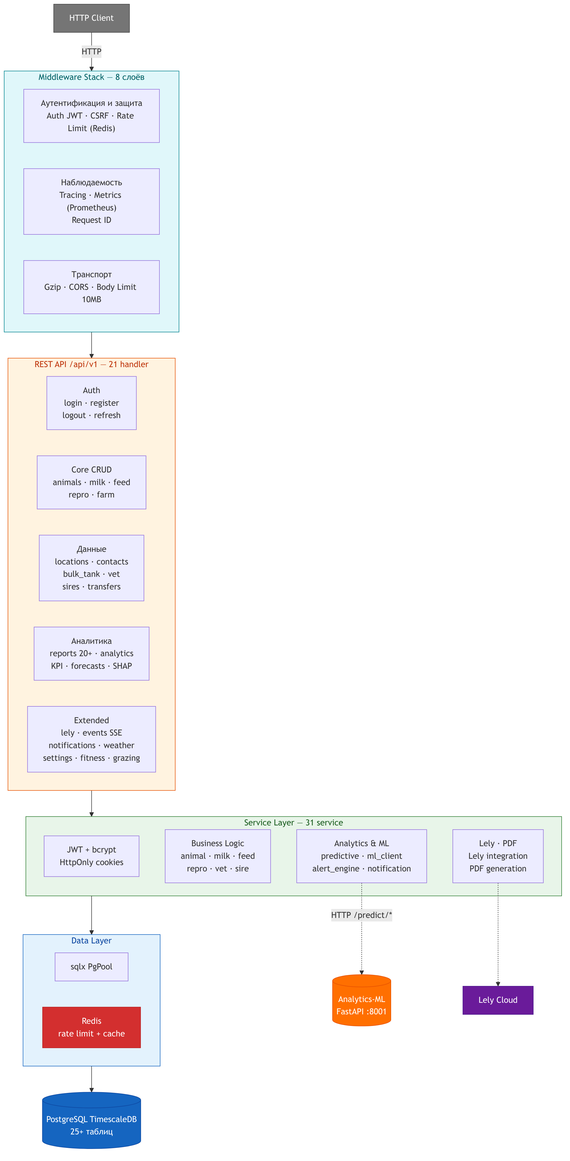
The Mermaid diagram report/img/backend-components.png in antonprdx/milk-farm-system, before a commit. Its source is kept beside it as slides/img/backend-components.mmd.
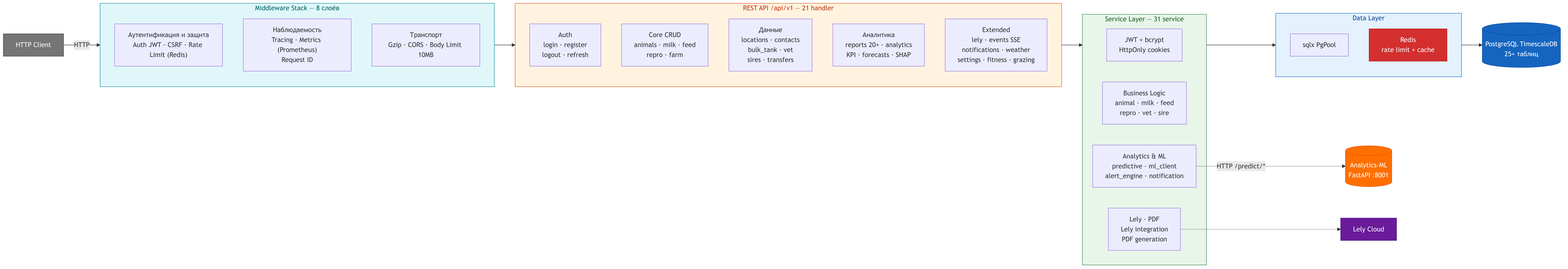
The same file after the commit.

The edit, as a diff of the source:
```diff
@@ -1,15 +1,15 @@
-flowchart TB
+flowchart LR
     Client["HTTP Client"]
 
     subgraph MW["Middleware Stack — 8 слоёв"]
-        direction LR
+        direction TB
         Sec["Аутентификация и защита\nAuth JWT · CSRF · Rate Limit (Redis)"]
         Obs["Наблюдаемость\nTracing · Metrics (Prometheus)\nRequest ID"]
         Tpt["Транспорт\nGzip · CORS · Body Limit 10MB"]
     end
 
     subgraph API["REST API /api/v1 — 21 handler"]
-        direction LR
+        direction TB
         AuthAPI["Auth\nlogin · register\nlogout · refresh"]
         CoreAPI["Core CRUD\nanimals · milk · feed\nrepro · farm"]
         DataAPI["Данные\nlocations · contacts\nbulk_tank · vet\nsires · transfers"]
@@ -18,7 +18,7 @@
     end
 
     subgraph Svc["Service Layer — 31 service"]
-        direction LR
+        direction TB
         AuthSvc["JWT + bcrypt\nHttpOnly cookies"]
         BizSvc["Business Logic\nanimal · milk · feed\nrepro · vet · sire"]
         AnSvc["Analytics & ML\npredictive · ml_client\nalert_engine · notification"]
@@ -26,7 +26,7 @@
     end
 
     subgraph Data["Data Layer"]
-        direction LR
+        direction TB
         PgPool["sqlx PgPool"]
         RedisCache["Redis\nrate limit + cache"]
     end
```
